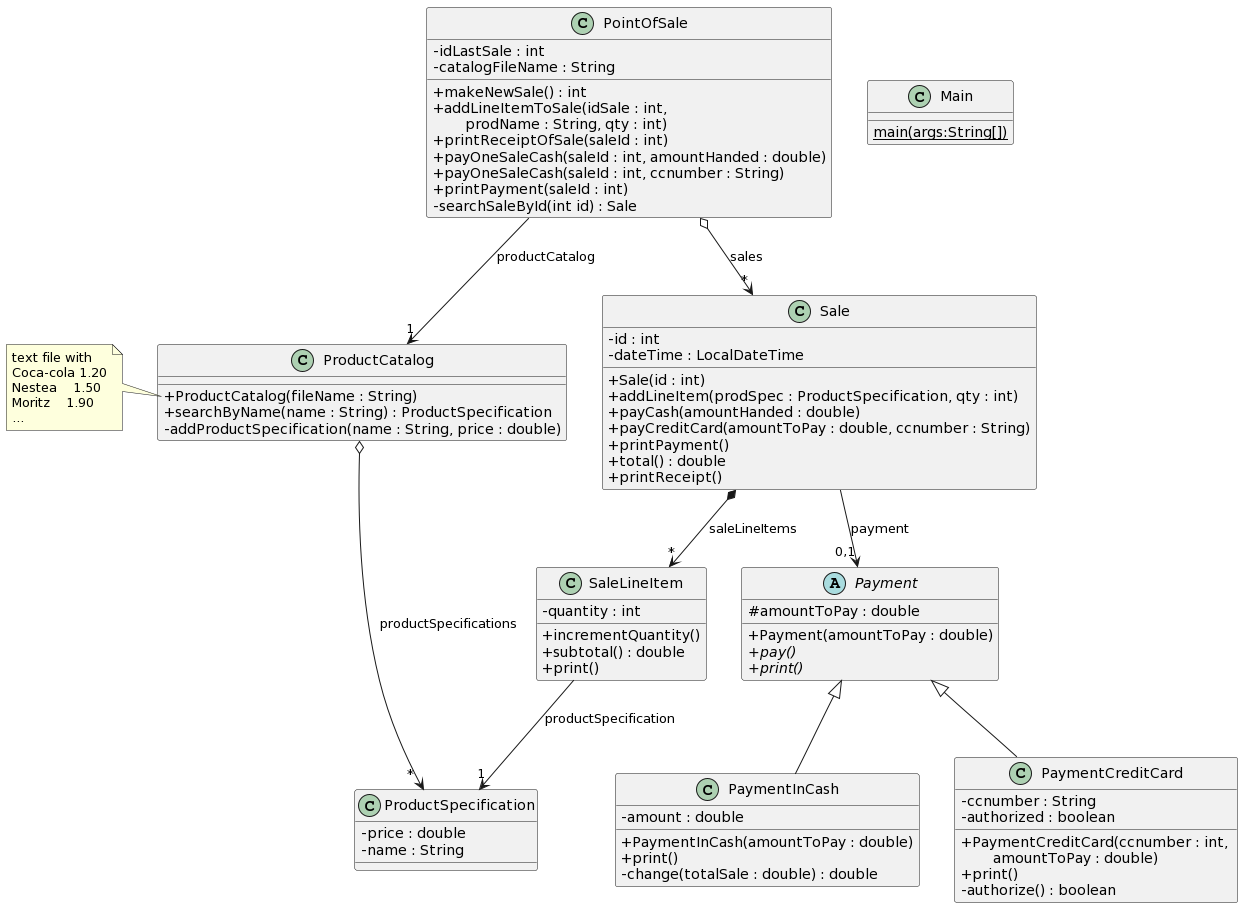
The PlantUML diagram out/production/PointOfSale-Project/pos_creditcard/pos_final_cc.png in AdrianValverdeA/PointOfSale-Project, before a commit. Its diagram source:
```plantuml
@startuml
skinparam classAttributeIconSize 0

class Main {
{static} main(args:String[])
}

class PointOfSale {
- idLastSale : int
- catalogFileName : String
+ makeNewSale() : int
+ addLineItemToSale(idSale : int, \n\tprodName : String, qty : int)
+ printReceiptOfSale(saleId : int)
+ payOneSaleCash(saleId : int, amountHanded : double)
+ payOneSaleCash(saleId : int, ccnumber : String)
+ printPayment(saleId : int)
- searchSaleById(int id) : Sale
}

class ProductCatalog {
+ ProductCatalog(fileName : String)
+ searchByName(name : String) : ProductSpecification
- addProductSpecification(name : String, price : double)
}

note left of ProductCatalog::ProductCatalog {
text file with
Coca-cola 1.20
Nestea    1.50
Moritz    1.90
...
}

class ProductSpecification {
- price : double
- name : String
}

class Sale {
- id : int
- dateTime : LocalDateTime
+ Sale(id : int)
+ addLineItem(prodSpec : ProductSpecification, qty : int)
+ payCash(amountHanded : double)
+ payCreditCard(amountToPay : double, ccnumber : String)
+ printPayment()
+ total() : double
+ printReceipt()

}

class SaleLineItem {
- quantity : int
+ incrementQuantity()
+ subtotal() : double
+ print()
}

abstract class Payment {
  # amountToPay : double
  + Payment(amountToPay : double)
  + {abstract} pay()
  + {abstract} print()
}

class PaymentInCash extends Payment {
  - amount : double
  + PaymentInCash(amountToPay : double)
  + print()
  - change(totalSale : double) : double
}

Sale --> "0,1" Payment : payment


class PaymentCreditCard extends Payment {
  - ccnumber : String
  - authorized : boolean
  + PaymentCreditCard(ccnumber : int, \n\tamountToPay : double)
  + print()
  - authorize() : boolean
}

PointOfSale o--> "*" Sale : sales
Sale *--> "*" SaleLineItem : saleLineItems
SaleLineItem --> "1" ProductSpecification : productSpecification
PointOfSale --> "1" ProductCatalog : productCatalog
ProductCatalog o--> " * " ProductSpecification : productSpecifications
@enduml
```
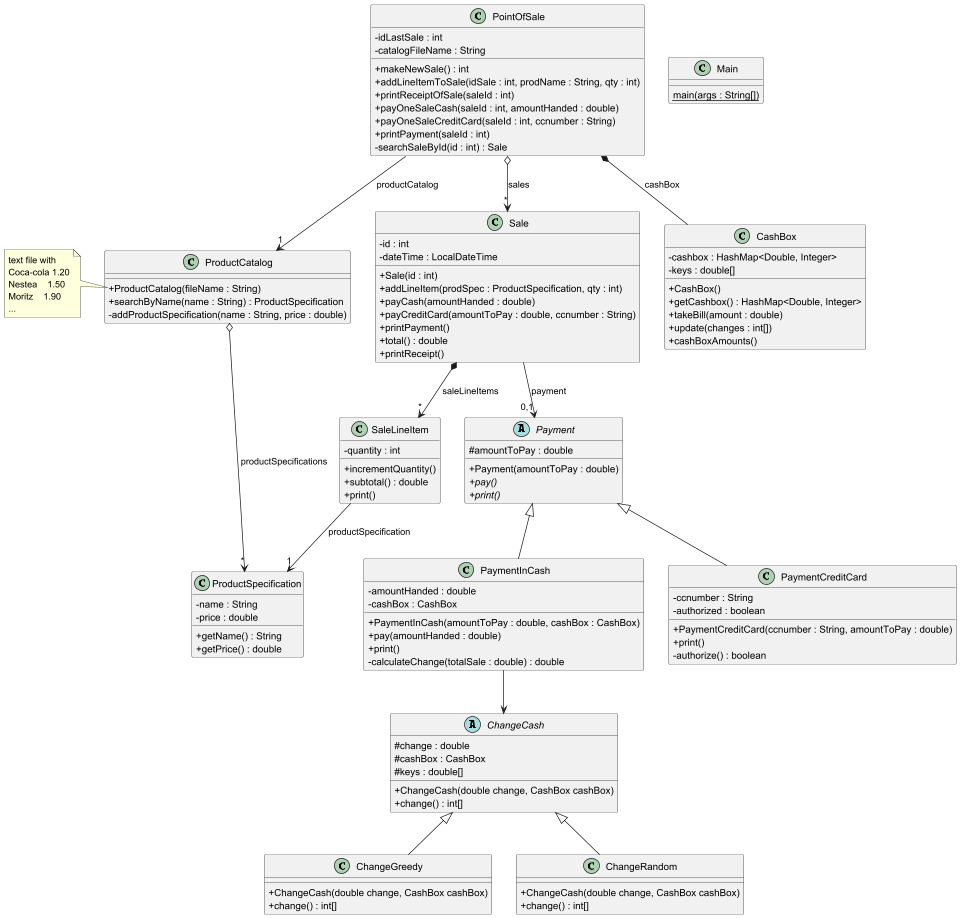
Later version of the same file.

Change to the diagram source:
```diff
@@ -2,25 +2,25 @@
 skinparam classAttributeIconSize 0
 
 class Main {
-{static} main(args:String[])
+  {static} main(args : String[])
 }
 
 class PointOfSale {
-- idLastSale : int
-- catalogFileName : String
-+ makeNewSale() : int
-+ addLineItemToSale(idSale : int, \n\tprodName : String, qty : int)
-+ printReceiptOfSale(saleId : int)
-+ payOneSaleCash(saleId : int, amountHanded : double)
-+ payOneSaleCash(saleId : int, ccnumber : String)
-+ printPayment(saleId : int)
-- searchSaleById(int id) : Sale
+  - idLastSale : int
+  - catalogFileName : String
+  + makeNewSale() : int
+  + addLineItemToSale(idSale : int, prodName : String, qty : int)
+  + printReceiptOfSale(saleId : int)
+  + payOneSaleCash(saleId : int, amountHanded : double)
+  + payOneSaleCreditCard(saleId : int, ccnumber : String)
+  + printPayment(saleId : int)
+  - searchSaleById(id : int) : Sale
 }
 
 class ProductCatalog {
-+ ProductCatalog(fileName : String)
-+ searchByName(name : String) : ProductSpecification
-- addProductSpecification(name : String, price : double)
+  + ProductCatalog(fileName : String)
+  + searchByName(name : String) : ProductSpecification
+  - addProductSpecification(name : String, price : double)
 }
 
 note left of ProductCatalog::ProductCatalog {
@@ -32,28 +32,29 @@
 }
 
 class ProductSpecification {
-- price : double
-- name : String
+  - name : String
+  - price : double
+  + getName() : String
+  + getPrice() : double
 }
 
 class Sale {
-- id : int
-- dateTime : LocalDateTime
-+ Sale(id : int)
-+ addLineItem(prodSpec : ProductSpecification, qty : int)
-+ payCash(amountHanded : double)
-+ payCreditCard(amountToPay : double, ccnumber : String)
-+ printPayment()
-+ total() : double
-+ printReceipt()
-
+  - id : int
+  - dateTime : LocalDateTime
+  + Sale(id : int)
+  + addLineItem(prodSpec : ProductSpecification, qty : int)
+  + payCash(amountHanded : double)
+  + payCreditCard(amountToPay : double, ccnumber : String)
+  + printPayment()
+  + total() : double
+  + printReceipt()
 }
 
 class SaleLineItem {
-- quantity : int
-+ incrementQuantity()
-+ subtotal() : double
-+ print()
+  - quantity : int
+  + incrementQuantity()
+  + subtotal() : double
+  + print()
 }
 
 abstract class Payment {
@@ -64,26 +65,58 @@
 }
 
 class PaymentInCash extends Payment {
-  - amount : double
-  + PaymentInCash(amountToPay : double)
+  - amountHanded : double
+  - cashBox : CashBox
+  + PaymentInCash(amountToPay : double, cashBox : CashBox)
+  + pay(amountHanded : double)
   + print()
-  - change(totalSale : double) : double
+  - calculateChange(totalSale : double) : double
 }
-
-Sale --> "0,1" Payment : payment
-
 
 class PaymentCreditCard extends Payment {
   - ccnumber : String
   - authorized : boolean
-  + PaymentCreditCard(ccnumber : int, \n\tamountToPay : double)
+  + PaymentCreditCard(ccnumber : String, amountToPay : double)
   + print()
   - authorize() : boolean
 }
 
+Sale --> "0,1" Payment : payment
 PointOfSale o--> "*" Sale : sales
 Sale *--> "*" SaleLineItem : saleLineItems
 SaleLineItem --> "1" ProductSpecification : productSpecification
 PointOfSale --> "1" ProductCatalog : productCatalog
-ProductCatalog o--> " * " ProductSpecification : productSpecifications
+ProductCatalog o--> "*" ProductSpecification : productSpecifications
+
+abstract class ChangeCash {
+  # change : double
+  # cashBox : CashBox
+  # keys : double[]
+  + ChangeCash(double change, CashBox cashBox)
+  + change() : int[]
+}
+
+class ChangeGreedy extends ChangeCash{
+  + ChangeCash(double change, CashBox cashBox)
+  + change() : int[]
+}
+
+class ChangeRandom extends ChangeCash{
+  + ChangeCash(double change, CashBox cashBox)
+  + change() : int[]
+}
+
+class CashBox {
+  - cashbox : HashMap<Double, Integer>
+  - keys : double[]
+  + CashBox()
+  + getCashbox() : HashMap<Double, Integer>
+  + takeBill(amount : double)
+  + update(changes : int[])
+  + cashBoxAmounts()
+}
+
+PaymentInCash --> ChangeCash
+PointOfSale *-- CashBox : cashBox
+
 @enduml
```
